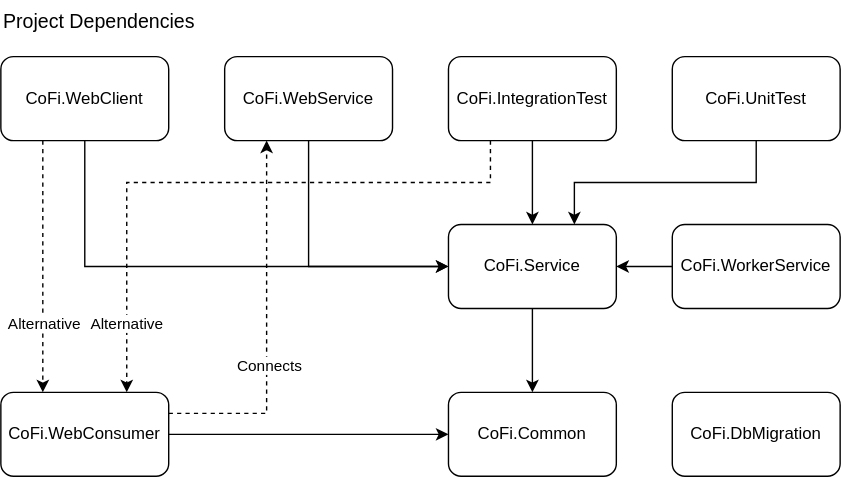
Above: Diagrams/AnaSys/CoFi/CoFi.Project.Dependencies.svg in feifel/notion (draw.io), before the change. Source tidied: cells renumbered, new cells last; positions are measured from the earlier drawing's top-left corner, leaving out a move shared by most shapes.
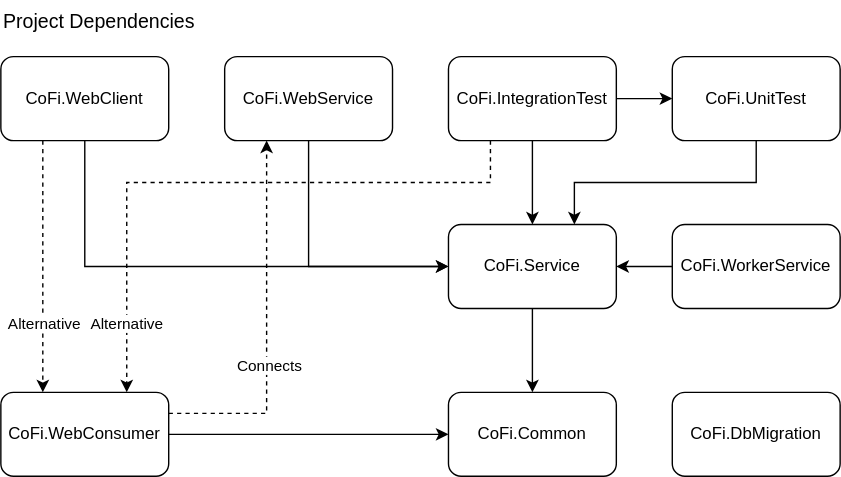
The same diagram one commit later.

Diff of the diagram source:
```diff
@@ -59,6 +59,9 @@
         <mxPoint y="-3" as="offset" />
       </mxGeometry>
     </mxCell>
+    <mxCell id="26" style="edgeStyle=orthogonalEdgeStyle;rounded=0;jettySize=auto;html=1;exitX=1;exitY=0.5;exitDx=0;exitDy=0;entryX=0;entryY=0.5;entryDx=0;entryDy=0;" parent="1" edge="1" source="17" target="24">
+      <mxGeometry relative="1" as="geometry" />
+    </mxCell>
     <mxCell id="17" value="&lt;div&gt;CoFi.IntegrationTest&lt;/div&gt;" style="rounded=1;whiteSpace=wrap;html=1;" parent="1" vertex="1">
       <mxGeometry x="320" y="40" width="120" height="60" as="geometry" />
     </mxCell>
```
